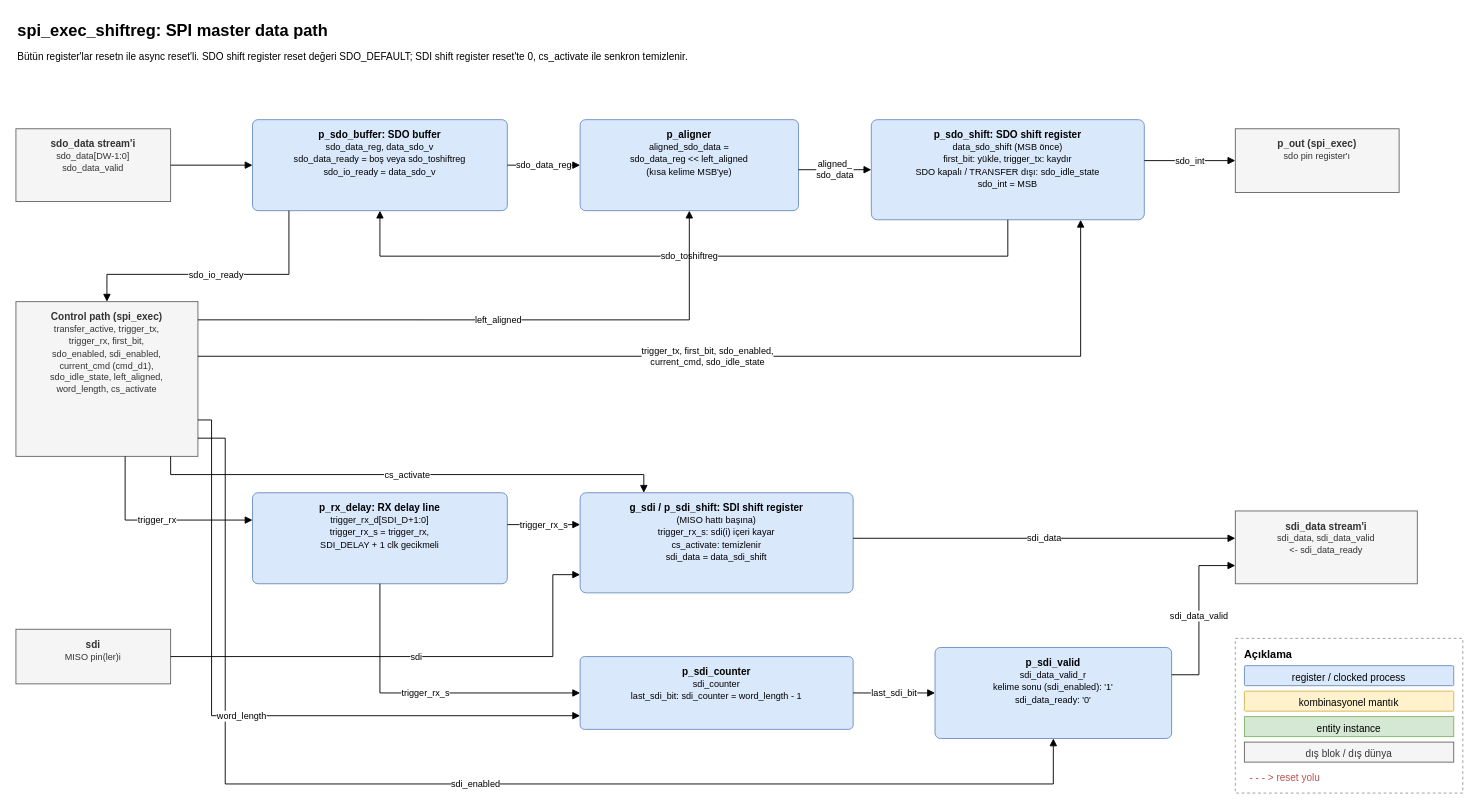
The draw.io diagram page "5 - spi_exec_shiftreg" (5 of 5) of AD7923/docs/ad7923_spi_blok_diyagram.drawio in mehmet00mk7-dot/SPI, before the edit. Source tidied: cells renumbered, new cells numbered last; positions are measured from the earlier drawing's top-left corner, leaving out a move shared by most shapes. Both pictures are drawn from the tidied source at 91%, with x=0, y=0 at pixel (15, 15).
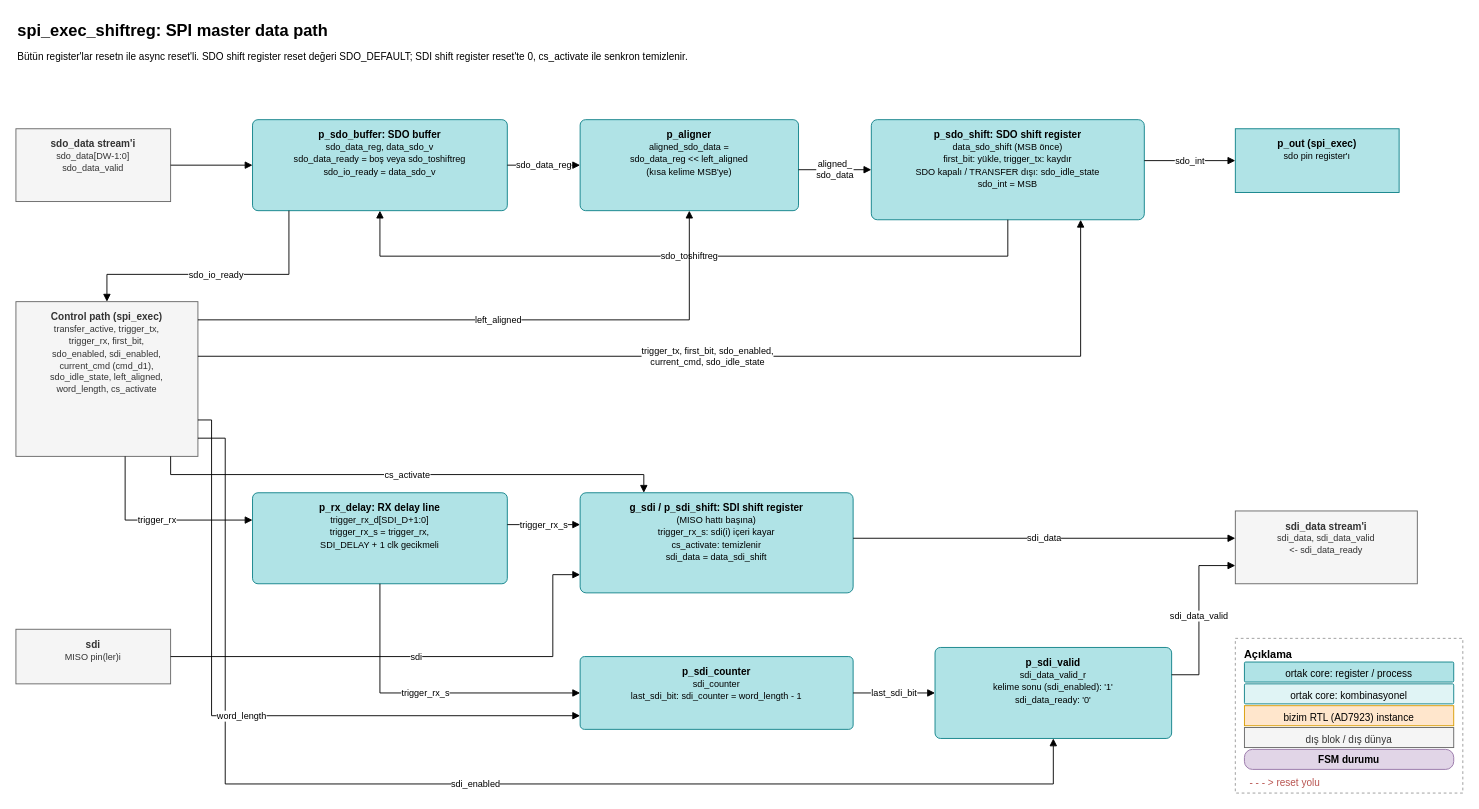
The same page after the edit.

Change to the diagram source:
```diff
@@
-    <mxCell id="7" value="&lt;b&gt;p_sdo_buffer: SDO buffer&lt;/b&gt;&lt;br&gt;&lt;font style=&quot;font-size:10px&quot;&gt;sdo_data_reg, data_sdo_v&lt;br&gt;sdo_data_ready = boş veya sdo_toshiftreg&lt;br&gt;sdo_io_ready = data_sdo_v&lt;/font&gt;" style="rounded=1;arcSize=6;fillColor=#dae8fc;strokeColor=#6c8ebf;whiteSpace=wrap;html=1;align=center;verticalAlign=top;spacingTop=4;fontSize=11;" parent="1" vertex="1">
+    <mxCell id="7" value="&lt;b&gt;p_sdo_buffer: SDO buffer&lt;/b&gt;&lt;br&gt;&lt;font style=&quot;font-size:10px&quot;&gt;sdo_data_reg, data_sdo_v&lt;br&gt;sdo_data_ready = boş veya sdo_toshiftreg&lt;br&gt;sdo_io_ready = data_sdo_v&lt;/font&gt;" style="rounded=1;arcSize=6;fillColor=#b0e3e6;strokeColor=#0e8088;whiteSpace=wrap;html=1;align=center;verticalAlign=top;spacingTop=4;fontSize=11;" parent="1" vertex="1">
       <mxGeometry x="260" y="114" width="280" height="100" as="geometry" />
     </mxCell>
-    <mxCell id="8" value="&lt;b&gt;p_aligner&lt;/b&gt;&lt;br&gt;&lt;font style=&quot;font-size:10px&quot;&gt;aligned_sdo_data =&lt;br&gt;sdo_data_reg &amp;lt;&amp;lt; left_aligned&lt;br&gt;(kısa kelime MSB&amp;#x27;ye)&lt;/font&gt;" style="rounded=1;arcSize=6;fillColor=#dae8fc;strokeColor=#6c8ebf;whiteSpace=wrap;html=1;align=center;verticalAlign=top;spacingTop=4;fontSize=11;" parent="1" vertex="1">
+    <mxCell id="8" value="&lt;b&gt;p_aligner&lt;/b&gt;&lt;br&gt;&lt;font style=&quot;font-size:10px&quot;&gt;aligned_sdo_data =&lt;br&gt;sdo_data_reg &amp;lt;&amp;lt; left_aligned&lt;br&gt;(kısa kelime MSB&amp;#x27;ye)&lt;/font&gt;" style="rounded=1;arcSize=6;fillColor=#b0e3e6;strokeColor=#0e8088;whiteSpace=wrap;html=1;align=center;verticalAlign=top;spacingTop=4;fontSize=11;" parent="1" vertex="1">
       <mxGeometry x="620" y="114" width="240" height="100" as="geometry" />
     </mxCell>
-    <mxCell id="9" value="&lt;b&gt;p_sdo_shift: SDO shift register&lt;/b&gt;&lt;br&gt;&lt;font style=&quot;font-size:10px&quot;&gt;data_sdo_shift (MSB önce)&lt;br&gt;first_bit: yükle, trigger_tx: kaydır&lt;br&gt;SDO kapalı / TRANSFER dışı: sdo_idle_state&lt;br&gt;sdo_int = MSB&lt;/font&gt;" style="rounded=1;arcSize=6;fillColor=#dae8fc;strokeColor=#6c8ebf;whiteSpace=wrap;html=1;align=center;verticalAlign=top;spacingTop=4;fontSize=11;" parent="1" vertex="1">
+    <mxCell id="9" value="&lt;b&gt;p_sdo_shift: SDO shift register&lt;/b&gt;&lt;br&gt;&lt;font style=&quot;font-size:10px&quot;&gt;data_sdo_shift (MSB önce)&lt;br&gt;first_bit: yükle, trigger_tx: kaydır&lt;br&gt;SDO kapalı / TRANSFER dışı: sdo_idle_state&lt;br&gt;sdo_int = MSB&lt;/font&gt;" style="rounded=1;arcSize=6;fillColor=#b0e3e6;strokeColor=#0e8088;whiteSpace=wrap;html=1;align=center;verticalAlign=top;spacingTop=4;fontSize=11;" parent="1" vertex="1">
       <mxGeometry x="940" y="114" width="300" height="110" as="geometry" />
     </mxCell>
-    <mxCell id="10" value="&lt;b&gt;p_out (spi_exec)&lt;/b&gt;&lt;br&gt;&lt;font style=&quot;font-size:10px&quot;&gt;sdo pin register&amp;#x27;ı&lt;/font&gt;" style="rounded=0;fillColor=#f5f5f5;strokeColor=#666666;fontColor=#333333;whiteSpace=wrap;html=1;align=center;verticalAlign=top;spacingTop=4;fontSize=11;" parent="1" vertex="1">
+    <mxCell id="10" value="&lt;b&gt;p_out (spi_exec)&lt;/b&gt;&lt;br&gt;&lt;font style=&quot;font-size:10px&quot;&gt;sdo pin register&amp;#x27;ı&lt;/font&gt;" style="rounded=0;fillColor=#b0e3e6;strokeColor=#0e8088;whiteSpace=wrap;html=1;align=center;verticalAlign=top;spacingTop=4;fontSize=11;" parent="1" vertex="1">
       <mxGeometry x="1340" y="124" width="180" height="70" as="geometry" />
     </mxCell>
-    <mxCell id="11" value="&lt;b&gt;p_rx_delay: RX delay line&lt;/b&gt;&lt;br&gt;&lt;font style=&quot;font-size:10px&quot;&gt;trigger_rx_d[SDI_D+1:0]&lt;br&gt;trigger_rx_s = trigger_rx,&lt;br&gt;SDI_DELAY + 1 clk gecikmeli&lt;/font&gt;" style="rounded=1;arcSize=6;fillColor=#dae8fc;strokeColor=#6c8ebf;whiteSpace=wrap;html=1;align=center;verticalAlign=top;spacingTop=4;fontSize=11;" parent="1" vertex="1">
+    <mxCell id="11" value="&lt;b&gt;p_rx_delay: RX delay line&lt;/b&gt;&lt;br&gt;&lt;font style=&quot;font-size:10px&quot;&gt;trigger_rx_d[SDI_D+1:0]&lt;br&gt;trigger_rx_s = trigger_rx,&lt;br&gt;SDI_DELAY + 1 clk gecikmeli&lt;/font&gt;" style="rounded=1;arcSize=6;fillColor=#b0e3e6;strokeColor=#0e8088;whiteSpace=wrap;html=1;align=center;verticalAlign=top;spacingTop=4;fontSize=11;" parent="1" vertex="1">
       <mxGeometry x="260" y="524" width="280" height="100" as="geometry" />
     </mxCell>
-    <mxCell id="12" value="&lt;b&gt;g_sdi / p_sdi_shift: SDI shift register&lt;/b&gt;&lt;br&gt;&lt;font style=&quot;font-size:10px&quot;&gt;(MISO hattı başına)&lt;br&gt;trigger_rx_s: sdi(i) içeri kayar&lt;br&gt;cs_activate: temizlenir&lt;br&gt;sdi_data = data_sdi_shift&lt;/font&gt;" style="rounded=1;arcSize=6;fillColor=#dae8fc;strokeColor=#6c8ebf;whiteSpace=wrap;html=1;align=center;verticalAlign=top;spacingTop=4;fontSize=11;" parent="1" vertex="1">
+    <mxCell id="12" value="&lt;b&gt;g_sdi / p_sdi_shift: SDI shift register&lt;/b&gt;&lt;br&gt;&lt;font style=&quot;font-size:10px&quot;&gt;(MISO hattı başına)&lt;br&gt;trigger_rx_s: sdi(i) içeri kayar&lt;br&gt;cs_activate: temizlenir&lt;br&gt;sdi_data = data_sdi_shift&lt;/font&gt;" style="rounded=1;arcSize=6;fillColor=#b0e3e6;strokeColor=#0e8088;whiteSpace=wrap;html=1;align=center;verticalAlign=top;spacingTop=4;fontSize=11;" parent="1" vertex="1">
       <mxGeometry x="620" y="524" width="300" height="110" as="geometry" />
     </mxCell>
-    <mxCell id="13" value="&lt;b&gt;p_sdi_counter&lt;/b&gt;&lt;br&gt;&lt;font style=&quot;font-size:10px&quot;&gt;sdi_counter&lt;br&gt;last_sdi_bit: sdi_counter = word_length - 1&lt;/font&gt;" style="rounded=1;arcSize=6;fillColor=#dae8fc;strokeColor=#6c8ebf;whiteSpace=wrap;html=1;align=center;verticalAlign=top;spacingTop=4;fontSize=11;" parent="1" vertex="1">
+    <mxCell id="13" value="&lt;b&gt;p_sdi_counter&lt;/b&gt;&lt;br&gt;&lt;font style=&quot;font-size:10px&quot;&gt;sdi_counter&lt;br&gt;last_sdi_bit: sdi_counter = word_length - 1&lt;/font&gt;" style="rounded=1;arcSize=6;fillColor=#b0e3e6;strokeColor=#0e8088;whiteSpace=wrap;html=1;align=center;verticalAlign=top;spacingTop=4;fontSize=11;" parent="1" vertex="1">
       <mxGeometry x="620" y="704" width="300" height="80" as="geometry" />
     </mxCell>
-    <mxCell id="14" value="&lt;b&gt;p_sdi_valid&lt;/b&gt;&lt;br&gt;&lt;font style=&quot;font-size:10px&quot;&gt;sdi_data_valid_r&lt;br&gt;kelime sonu (sdi_enabled): &amp;#x27;1&amp;#x27;&lt;br&gt;sdi_data_ready: &amp;#x27;0&amp;#x27;&lt;/font&gt;" style="rounded=1;arcSize=6;fillColor=#dae8fc;strokeColor=#6c8ebf;whiteSpace=wrap;html=1;align=center;verticalAlign=top;spacingTop=4;fontSize=11;" parent="1" vertex="1">
+    <mxCell id="14" value="&lt;b&gt;p_sdi_valid&lt;/b&gt;&lt;br&gt;&lt;font style=&quot;font-size:10px&quot;&gt;sdi_data_valid_r&lt;br&gt;kelime sonu (sdi_enabled): &amp;#x27;1&amp;#x27;&lt;br&gt;sdi_data_ready: &amp;#x27;0&amp;#x27;&lt;/font&gt;" style="rounded=1;arcSize=6;fillColor=#b0e3e6;strokeColor=#0e8088;whiteSpace=wrap;html=1;align=center;verticalAlign=top;spacingTop=4;fontSize=11;" parent="1" vertex="1">
       <mxGeometry x="1010" y="694" width="260" height="100" as="geometry" />
     </mxCell>
@@
-    <mxCell id="35" value="register / clocked process" style="rounded=1;arcSize=6;fillColor=#dae8fc;strokeColor=#6c8ebf;whiteSpace=wrap;html=1;align=center;verticalAlign=middle;spacingTop=4;fontSize=11;" parent="1" vertex="1">
-      <mxGeometry x="1350" y="714" width="230" height="22" as="geometry" />
+    <mxCell id="35" value="ortak core: register / process" style="rounded=1;arcSize=6;fillColor=#b0e3e6;strokeColor=#0e8088;whiteSpace=wrap;html=1;align=center;verticalAlign=middle;spacingTop=4;fontSize=11;" parent="1" vertex="1">
+      <mxGeometry x="1350" y="710" width="230" height="22" as="geometry" />
     </mxCell>
-    <mxCell id="36" value="kombinasyonel mantık" style="rounded=1;arcSize=6;fillColor=#fff2cc;strokeColor=#d6b656;whiteSpace=wrap;html=1;align=center;verticalAlign=middle;spacingTop=4;fontSize=11;" parent="1" vertex="1">
-      <mxGeometry x="1350" y="742" width="230" height="22" as="geometry" />
+    <mxCell id="36" value="ortak core: kombinasyonel" style="rounded=1;arcSize=6;fillColor=#e0f4f5;strokeColor=#0e8088;whiteSpace=wrap;html=1;align=center;verticalAlign=middle;spacingTop=4;fontSize=11;" parent="1" vertex="1">
+      <mxGeometry x="1350" y="734" width="230" height="22" as="geometry" />
     </mxCell>
-    <mxCell id="37" value="entity instance" style="rounded=0;fillColor=#d5e8d4;strokeColor=#82b366;whiteSpace=wrap;html=1;align=center;verticalAlign=middle;spacingTop=4;fontSize=11;" parent="1" vertex="1">
-      <mxGeometry x="1350" y="770" width="230" height="22" as="geometry" />
+    <mxCell id="37" value="bizim RTL (AD7923) instance" style="rounded=0;fillColor=#ffe6cc;strokeColor=#d79b00;whiteSpace=wrap;html=1;align=center;verticalAlign=middle;spacingTop=4;fontSize=11;" parent="1" vertex="1">
+      <mxGeometry x="1350" y="758" width="230" height="22" as="geometry" />
     </mxCell>
     <mxCell id="38" value="dış blok / dış dünya" style="rounded=0;fillColor=#f5f5f5;strokeColor=#666666;fontColor=#333333;whiteSpace=wrap;html=1;align=center;verticalAlign=middle;spacingTop=4;fontSize=11;" parent="1" vertex="1">
-      <mxGeometry x="1350" y="798" width="230" height="22" as="geometry" />
+      <mxGeometry x="1350" y="782" width="230" height="22" as="geometry" />
     </mxCell>
-    <mxCell id="39" value="&lt;font color=&quot;#b85450&quot;&gt;- - - &amp;gt;  reset yolu&lt;/font&gt;" style="text;html=1;align=left;verticalAlign=top;whiteSpace=wrap;fontSize=11;" parent="1" vertex="1">
-      <mxGeometry x="1354" y="824" width="220" height="20" as="geometry" />
+    <mxCell id="39" value="FSM durumu" style="rounded=1;arcSize=40;whiteSpace=wrap;html=1;fillColor=#e1d5e7;strokeColor=#9673a6;fontStyle=1;fontSize=11;align=center;verticalAlign=middle;" parent="1" vertex="1">
+      <mxGeometry x="1350" y="806" width="230" height="22" as="geometry" />
     </mxCell>
+    <mxCell id="40" value="&lt;font color=&quot;#b85450&quot;&gt;- - - &amp;gt;  reset yolu&lt;/font&gt;" style="text;html=1;align=left;verticalAlign=top;whiteSpace=wrap;fontSize=11;" parent="1" vertex="1">
+      <mxGeometry x="1354" y="830" width="220" height="20" as="geometry" />
+    </mxCell>
```
